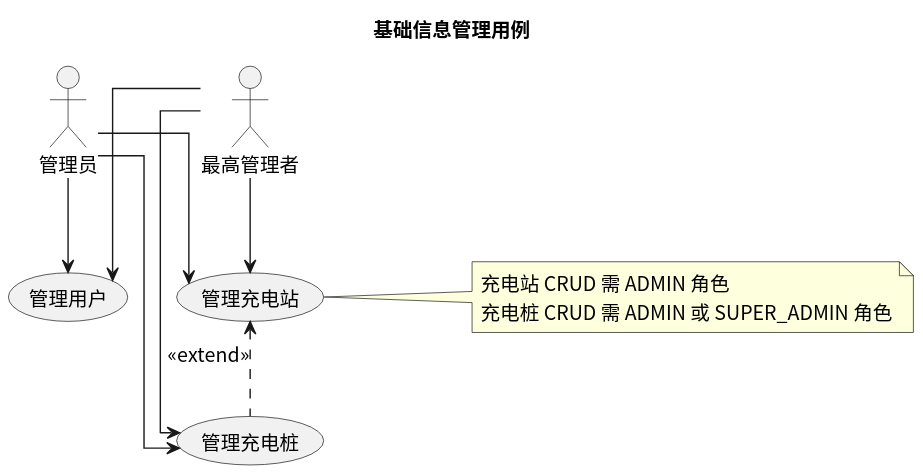
This is usecase/docs/backend/img/basic_info.svg from greenhandzdl/charging-station-doc, a PlantUML export, as it was before one commit.
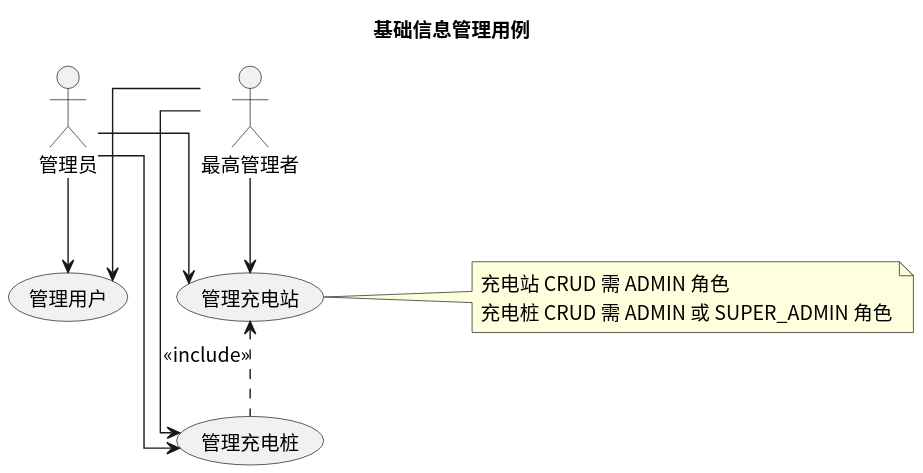
After the commit.

Change to the diagram source:
```diff
@@ -18,7 +18,7 @@
 SA --> 管理充电桩
 SA --> 管理用户
 
-管理充电站 <.down. 管理充电桩 : <<extend>>
+管理充电站 <.down. 管理充电桩 : <<include>>
 
 note right of 管理充电站 : 充电站 CRUD 需 ADMIN 角色\n充电桩 CRUD 需 ADMIN 或 SUPER_ADMIN 角色
 @enduml
```
